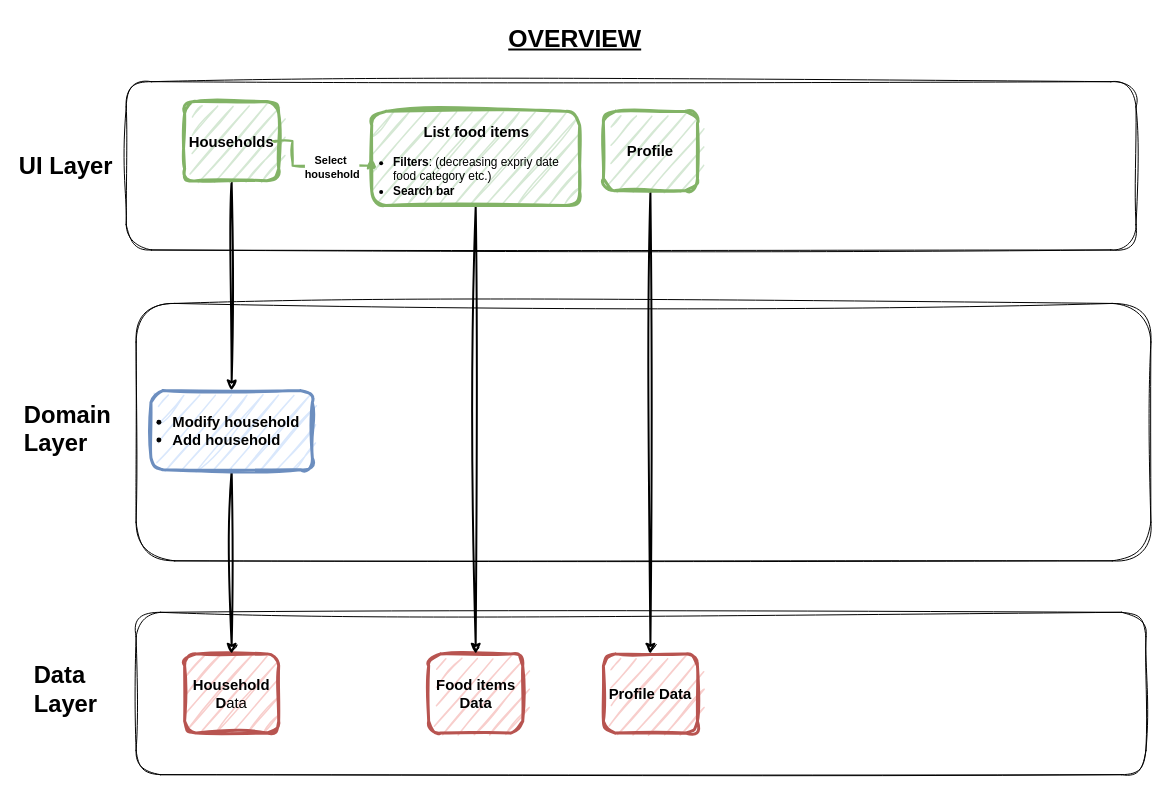
This is page "Overview" (2 of 3) of ArchitectureDiagram.drawio from commit-crimes/shelf-life, a draw.io file, before an edit. Source tidied: cells renumbered, new cells numbered last; positions are measured from the earlier drawing's top-left corner, leaving out a move shared by most shapes. Both pictures are drawn from the tidied source at 99%, with x=0, y=0 at pixel (17, 17).
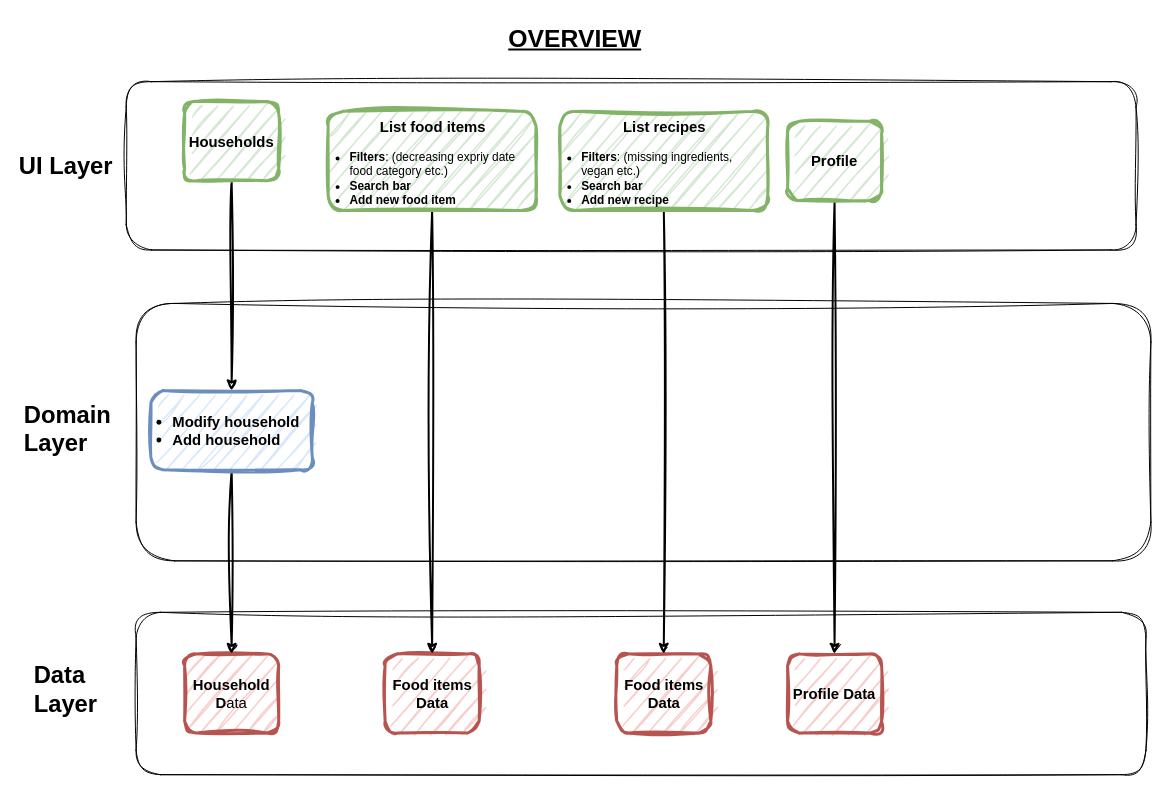
The same page after the edit.

Commit message (it also covers changes not shown here):
docs:uupdate Architeture design Add Food Item page

Change to the diagram source:
```diff
@@
     <mxCell id="13" value="&lt;h3 style=&quot;font-size: 15px;&quot;&gt;Food items Data&lt;/h3&gt;" style="rounded=1;whiteSpace=wrap;html=1;fillColor=#f8cecc;strokeColor=#b85450;fillStyle=hatch;strokeWidth=3;perimeterSpacing=0;sketch=1;curveFitting=1;jiggle=2;" parent="1" vertex="1">
-      <mxGeometry x="415.5" y="643" width="95" height="80" as="geometry" />
+      <mxGeometry x="371.5" y="643" width="95" height="80" as="geometry" />
     </mxCell>
@@
-    <mxCell id="15" style="edgeStyle=orthogonalEdgeStyle;rounded=0;jettySize=auto;html=1;entryX=0;entryY=0.5;entryDx=0;entryDy=0;strokeWidth=2;fillColor=#d5e8d4;strokeColor=#82b366;sketch=1;curveFitting=1;jiggle=2;" parent="1" edge="1" target="18">
-      <mxGeometry relative="1" as="geometry">
-        <mxPoint x="258" y="125" as="sourcePoint" />
-        <Array as="points">
-          <mxPoint x="278" y="125" />
-          <mxPoint x="278" y="150" />
-        </Array>
-      </mxGeometry>
-    </mxCell>
-    <mxCell id="16" value="&lt;b&gt;Select&amp;nbsp;&lt;/b&gt;&lt;div&gt;&lt;b&gt;household&lt;/b&gt;&lt;/div&gt;" style="edgeLabel;html=1;align=center;verticalAlign=middle;" parent="15" vertex="1">
-      <mxGeometry x="-0.29" relative="1" as="geometry">
-        <mxPoint x="37" y="1" as="offset" />
-      </mxGeometry>
-    </mxCell>
@@
-    <mxCell id="18" value="&lt;h3 style=&quot;text-align: center; font-size: 15px;&quot;&gt;List food items&lt;/h3&gt;&lt;div&gt;&lt;ul style=&quot;padding-left: 20px;&quot;&gt;&lt;li&gt;&lt;b&gt;Filters&lt;/b&gt;: (decreasing expriy date food category etc.)&lt;/li&gt;&lt;li&gt;&lt;b&gt;Search bar&lt;/b&gt;&lt;/li&gt;&lt;/ul&gt;&lt;/div&gt;" style="rounded=1;whiteSpace=wrap;html=1;fillColor=#d5e8d4;strokeColor=#82b366;fillStyle=hatch;strokeWidth=3;perimeterSpacing=0;sketch=1;curveFitting=1;jiggle=2;align=left;" parent="1" vertex="1">
-      <mxGeometry x="358" y="95" width="210" height="95" as="geometry" />
+    <mxCell id="18" value="&lt;h3 style=&quot;text-align: center; font-size: 15px;&quot;&gt;List food items&lt;/h3&gt;&lt;div&gt;&lt;ul style=&quot;padding-left: 20px;&quot;&gt;&lt;li&gt;&lt;b&gt;Filters&lt;/b&gt;: (decreasing expriy date food category etc.)&lt;/li&gt;&lt;li&gt;&lt;b&gt;Search bar&lt;/b&gt;&lt;/li&gt;&lt;li&gt;&lt;b&gt;Add new food item&lt;/b&gt;&lt;/li&gt;&lt;/ul&gt;&lt;/div&gt;" style="rounded=1;whiteSpace=wrap;html=1;fillColor=#d5e8d4;strokeColor=#82b366;fillStyle=hatch;strokeWidth=3;perimeterSpacing=0;sketch=1;curveFitting=1;jiggle=2;align=left;" parent="1" vertex="1">
+      <mxGeometry x="314" y="95" width="210" height="100" as="geometry" />
     </mxCell>
@@
     <mxCell id="20" value="&lt;h3 style=&quot;font-size: 15px;&quot;&gt;Profile&lt;/h3&gt;" style="rounded=1;whiteSpace=wrap;html=1;fillColor=#d5e8d4;strokeColor=#82b366;fillStyle=hatch;strokeWidth=3;perimeterSpacing=0;sketch=1;curveFitting=1;jiggle=2;" parent="1" vertex="1">
-      <mxGeometry x="592" y="95" width="95" height="80" as="geometry" />
+      <mxGeometry x="778" y="105" width="95" height="80" as="geometry" />
     </mxCell>
     <mxCell id="21" value="&lt;h3 style=&quot;font-size: 15px;&quot;&gt;Profile&amp;nbsp;&lt;span style=&quot;background-color: initial;&quot;&gt;Data&lt;/span&gt;&lt;/h3&gt;" style="rounded=1;whiteSpace=wrap;html=1;fillColor=#f8cecc;strokeColor=#b85450;fillStyle=hatch;strokeWidth=3;perimeterSpacing=0;sketch=1;curveFitting=1;jiggle=2;align=center;" parent="1" vertex="1">
-      <mxGeometry x="592" y="643" width="95" height="80" as="geometry" />
+      <mxGeometry x="778" y="643" width="95" height="80" as="geometry" />
     </mxCell>
+    <mxCell id="22" value="&lt;h3 style=&quot;font-size: 15px;&quot;&gt;Food items Data&lt;/h3&gt;" style="rounded=1;whiteSpace=wrap;html=1;fillColor=#f8cecc;strokeColor=#b85450;fillStyle=hatch;strokeWidth=3;perimeterSpacing=0;sketch=1;curveFitting=1;jiggle=2;" parent="1" vertex="1">
+      <mxGeometry x="605.5" y="643" width="95" height="80" as="geometry" />
+    </mxCell>
+    <mxCell id="23" style="edgeStyle=orthogonalEdgeStyle;rounded=0;jettySize=auto;html=1;strokeWidth=2;sketch=1;curveFitting=1;jiggle=2;" parent="1" edge="1" source="24" target="22">
+      <mxGeometry relative="1" as="geometry" />
+    </mxCell>
+    <mxCell id="24" value="&lt;h3 style=&quot;text-align: center; font-size: 15px;&quot;&gt;List recipes&lt;/h3&gt;&lt;div&gt;&lt;ul style=&quot;padding-left: 20px;&quot;&gt;&lt;li&gt;&lt;b&gt;Filters&lt;/b&gt;: (missing ingredients, vegan etc.)&lt;/li&gt;&lt;li&gt;&lt;b&gt;Search bar&lt;/b&gt;&lt;/li&gt;&lt;li&gt;&lt;b&gt;Add new recipe&lt;/b&gt;&lt;/li&gt;&lt;/ul&gt;&lt;/div&gt;" style="rounded=1;whiteSpace=wrap;html=1;fillColor=#d5e8d4;strokeColor=#82b366;fillStyle=hatch;strokeWidth=3;perimeterSpacing=0;sketch=1;curveFitting=1;jiggle=2;align=left;" parent="1" vertex="1">
+      <mxGeometry x="548" y="95" width="210" height="100" as="geometry" />
+    </mxCell>
```
